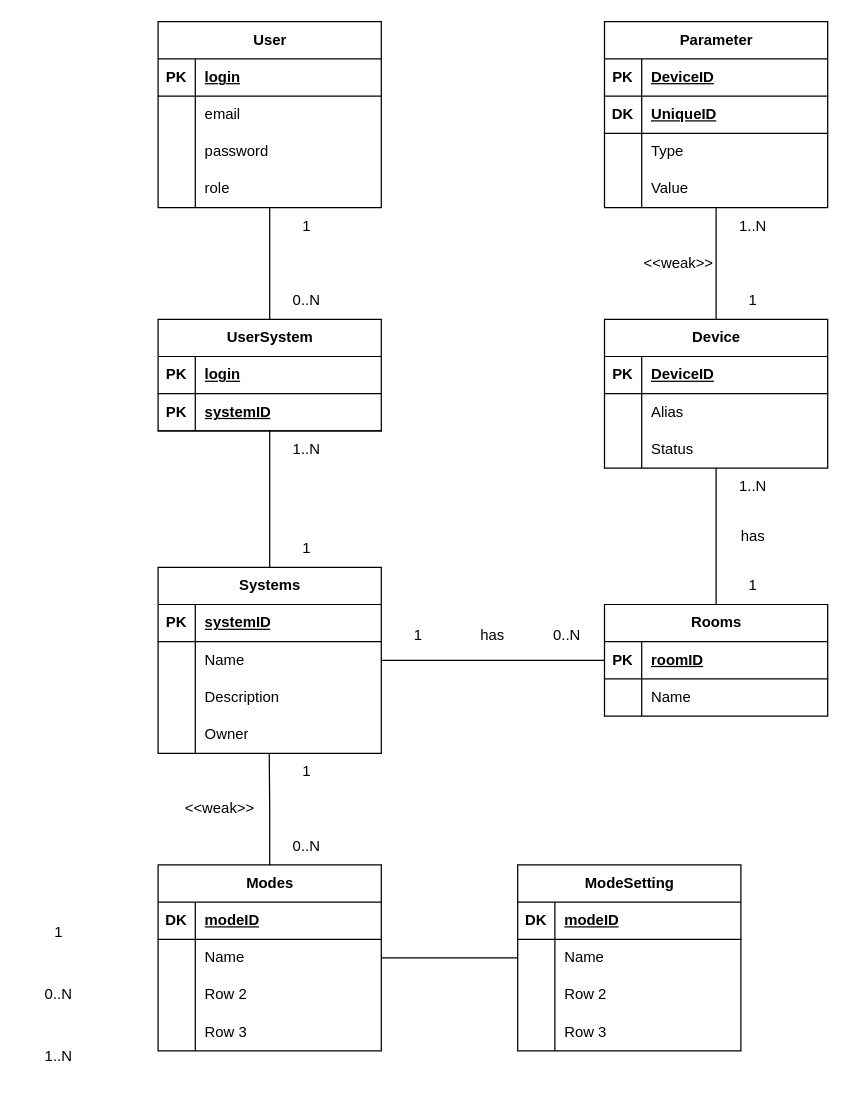
This is doc/iotdb.drawio from andrewp-dot/IoT-Manager, a draw.io file, before an edit. Source tidied: cells renumbered, new cells numbered last; positions are measured from the earlier drawing's top-left corner, leaving out a move shared by most shapes. Both pictures are drawn from the tidied source at 124%, with x=0, y=0 at pixel (21, 21).
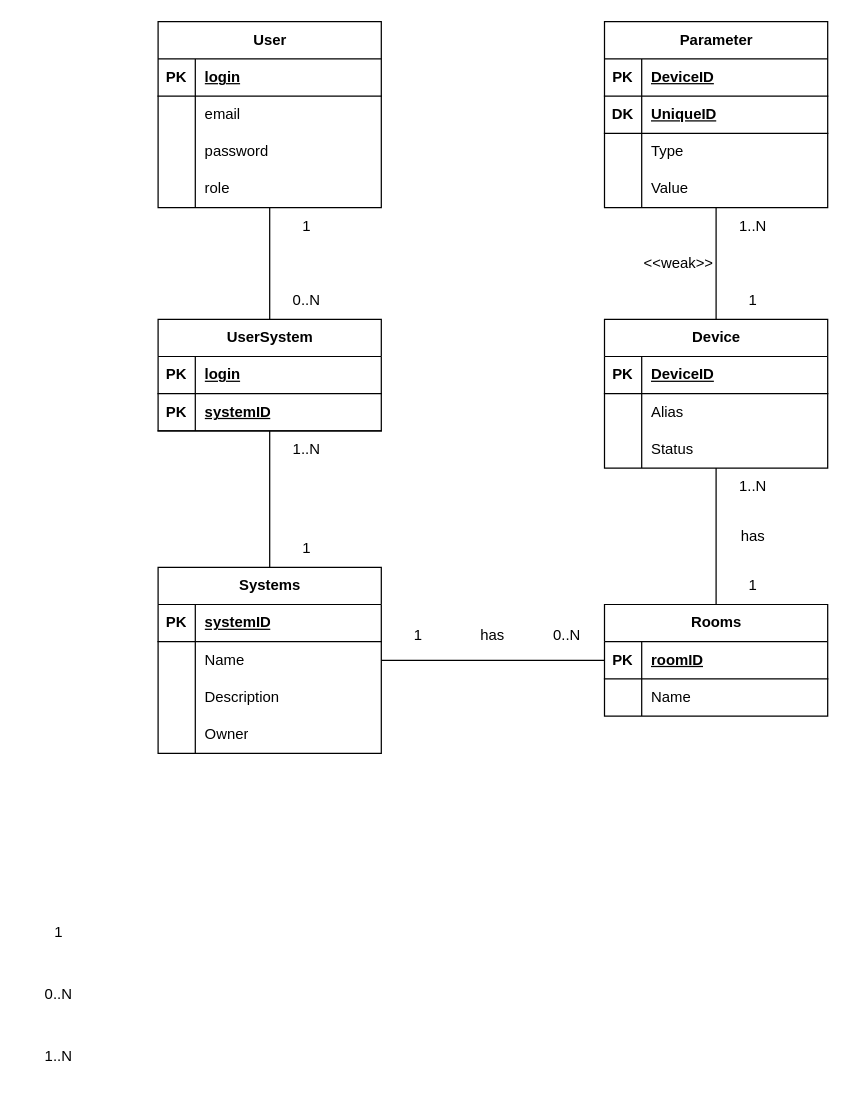
The same diagram, later.

The change refers to these unchanged cells:
```xml
<mxCell id="25" style="shape=tableRow;horizontal=0;startSize=0;swimlaneHead=0;swimlaneBody=0;fillColor=none;points=[[0,0.5],[1,0.5]];portConstraint=eastwest;top=0;left=0;right=0;bottom=0;" parent="15" vertex="1">
  <mxGeometry y="120" width="180" height="30" as="geometry" />
</mxCell>
```

Change to the diagram source:
```diff
@@
-    <mxCell id="82" style="edgeStyle=orthogonalEdgeStyle;rounded=0;jettySize=auto;html=1;entryX=0.498;entryY=1.012;entryDx=0;entryDy=0;entryPerimeter=0;endArrow=none;endFill=0;" parent="1" edge="1" source="83" target="25">
-      <mxGeometry relative="1" as="geometry" />
-    </mxCell>
-    <mxCell id="83" value="Modes" style="shape=table;startSize=30;childLayout=tableLayout;rowLines=0;fontStyle=1;align=center;html=1;" parent="1" vertex="1">
-      <mxGeometry x="110" y="680" width="180" height="150" as="geometry" />
-    </mxCell>
-    <mxCell id="84" style="shape=tableRow;horizontal=0;startSize=0;swimlaneHead=0;swimlaneBody=0;fillColor=none;top=0;left=0;right=0;bottom=1;" parent="83" vertex="1">
-      <mxGeometry y="30" width="180" height="30" as="geometry" />
-    </mxCell>
-    <mxCell id="85" value="DK" style="shape=partialRectangle;fillColor=none;top=0;left=0;bottom=0;right=0;fontStyle=1;overflow=hidden;whiteSpace=wrap;html=1;" parent="84" vertex="1">
-      <mxGeometry width="30" height="30" as="geometry" />
-    </mxCell>
-    <mxCell id="86" value="modeID" style="shape=partialRectangle;fillColor=none;top=0;left=0;bottom=0;right=0;align=left;spacingLeft=6;fontStyle=5;overflow=hidden;whiteSpace=wrap;html=1;" parent="84" vertex="1">
-      <mxGeometry x="30" width="150" height="30" as="geometry" />
-    </mxCell>
-    <mxCell id="87" style="shape=tableRow;horizontal=0;startSize=0;swimlaneHead=0;swimlaneBody=0;fillColor=none;points=[[0,0.5],[1,0.5]];portConstraint=eastwest;top=0;left=0;right=0;bottom=0;" parent="83" vertex="1">
-      <mxGeometry y="60" width="180" height="30" as="geometry" />
-    </mxCell>
-    <mxCell id="88" style="shape=partialRectangle;fillColor=none;top=0;left=0;bottom=0;right=0;overflow=hidden;whiteSpace=wrap;html=1;" parent="87" vertex="1">
-      <mxGeometry width="30" height="30" as="geometry" />
-    </mxCell>
-    <mxCell id="89" value="Name" style="shape=partialRectangle;fillColor=none;top=0;left=0;bottom=0;right=0;align=left;spacingLeft=6;overflow=hidden;whiteSpace=wrap;html=1;" parent="87" vertex="1">
-      <mxGeometry x="30" width="150" height="30" as="geometry" />
-    </mxCell>
-    <mxCell id="90" style="shape=tableRow;horizontal=0;startSize=0;swimlaneHead=0;swimlaneBody=0;fillColor=none;top=0;left=0;right=0;bottom=0;" parent="83" vertex="1">
-      <mxGeometry y="90" width="180" height="30" as="geometry" />
-    </mxCell>
-    <mxCell id="91" style="shape=partialRectangle;fillColor=none;top=0;left=0;bottom=0;right=0;overflow=hidden;whiteSpace=wrap;html=1;" parent="90" vertex="1">
-      <mxGeometry width="30" height="30" as="geometry" />
-    </mxCell>
-    <mxCell id="92" value="Row 2" style="shape=partialRectangle;fillColor=none;top=0;left=0;bottom=0;right=0;align=left;spacingLeft=6;overflow=hidden;whiteSpace=wrap;html=1;" parent="90" vertex="1">
-      <mxGeometry x="30" width="150" height="30" as="geometry" />
-    </mxCell>
-    <mxCell id="93" style="shape=tableRow;horizontal=0;startSize=0;swimlaneHead=0;swimlaneBody=0;fillColor=none;top=0;left=0;right=0;bottom=0;" parent="83" vertex="1">
-      <mxGeometry y="120" width="180" height="30" as="geometry" />
-    </mxCell>
-    <mxCell id="94" style="shape=partialRectangle;fillColor=none;top=0;left=0;bottom=0;right=0;overflow=hidden;whiteSpace=wrap;html=1;" parent="93" vertex="1">
-      <mxGeometry width="30" height="30" as="geometry" />
-    </mxCell>
-    <mxCell id="95" value="Row 3" style="shape=partialRectangle;fillColor=none;top=0;left=0;bottom=0;right=0;align=left;spacingLeft=6;overflow=hidden;whiteSpace=wrap;html=1;" parent="93" vertex="1">
-      <mxGeometry x="30" width="150" height="30" as="geometry" />
-    </mxCell>
-    <mxCell id="96" value="1" style="text;html=1;strokeColor=none;fillColor=none;align=center;verticalAlign=middle;whiteSpace=wrap;rounded=0;" parent="1" vertex="1">
-      <mxGeometry x="200" y="590" width="60" height="30" as="geometry" />
-    </mxCell>
-    <mxCell id="97" value="0..N" style="text;html=1;strokeColor=none;fillColor=none;align=center;verticalAlign=middle;whiteSpace=wrap;rounded=0;" parent="1" vertex="1">
-      <mxGeometry x="200" y="650" width="60" height="30" as="geometry" />
-    </mxCell>
-    <mxCell id="98" value="&amp;lt;&amp;lt;weak&amp;gt;&amp;gt;" style="text;html=1;strokeColor=none;fillColor=none;align=center;verticalAlign=middle;whiteSpace=wrap;rounded=0;" parent="1" vertex="1">
-      <mxGeometry x="130" y="620" width="60" height="30" as="geometry" />
-    </mxCell>
@@
-    <mxCell id="101" value="ModeSetting" style="shape=table;startSize=30;childLayout=tableLayout;rowLines=0;fontStyle=1;align=center;html=1;" parent="1" vertex="1">
-      <mxGeometry x="400" y="680" width="180" height="150" as="geometry" />
-    </mxCell>
-    <mxCell id="102" style="shape=tableRow;horizontal=0;startSize=0;swimlaneHead=0;swimlaneBody=0;fillColor=none;top=0;left=0;right=0;bottom=1;" parent="101" vertex="1">
-      <mxGeometry y="30" width="180" height="30" as="geometry" />
-    </mxCell>
-    <mxCell id="103" value="DK" style="shape=partialRectangle;fillColor=none;top=0;left=0;bottom=0;right=0;fontStyle=1;overflow=hidden;whiteSpace=wrap;html=1;" parent="102" vertex="1">
-      <mxGeometry width="30" height="30" as="geometry" />
-    </mxCell>
-    <mxCell id="104" value="modeID" style="shape=partialRectangle;fillColor=none;top=0;left=0;bottom=0;right=0;align=left;spacingLeft=6;fontStyle=5;overflow=hidden;whiteSpace=wrap;html=1;" parent="102" vertex="1">
-      <mxGeometry x="30" width="150" height="30" as="geometry" />
-    </mxCell>
-    <mxCell id="105" style="shape=tableRow;horizontal=0;startSize=0;swimlaneHead=0;swimlaneBody=0;fillColor=none;points=[[0,0.5],[1,0.5]];portConstraint=eastwest;top=0;left=0;right=0;bottom=0;" parent="101" vertex="1">
-      <mxGeometry y="60" width="180" height="30" as="geometry" />
-    </mxCell>
-    <mxCell id="106" style="shape=partialRectangle;fillColor=none;top=0;left=0;bottom=0;right=0;overflow=hidden;whiteSpace=wrap;html=1;" parent="105" vertex="1">
-      <mxGeometry width="30" height="30" as="geometry" />
-    </mxCell>
-    <mxCell id="107" value="Name" style="shape=partialRectangle;fillColor=none;top=0;left=0;bottom=0;right=0;align=left;spacingLeft=6;overflow=hidden;whiteSpace=wrap;html=1;" parent="105" vertex="1">
-      <mxGeometry x="30" width="150" height="30" as="geometry" />
-    </mxCell>
-    <mxCell id="108" style="shape=tableRow;horizontal=0;startSize=0;swimlaneHead=0;swimlaneBody=0;fillColor=none;top=0;left=0;right=0;bottom=0;" parent="101" vertex="1">
-      <mxGeometry y="90" width="180" height="30" as="geometry" />
-    </mxCell>
-    <mxCell id="109" style="shape=partialRectangle;fillColor=none;top=0;left=0;bottom=0;right=0;overflow=hidden;whiteSpace=wrap;html=1;" parent="108" vertex="1">
-      <mxGeometry width="30" height="30" as="geometry" />
-    </mxCell>
-    <mxCell id="110" value="Row 2" style="shape=partialRectangle;fillColor=none;top=0;left=0;bottom=0;right=0;align=left;spacingLeft=6;overflow=hidden;whiteSpace=wrap;html=1;" parent="108" vertex="1">
-      <mxGeometry x="30" width="150" height="30" as="geometry" />
-    </mxCell>
-    <mxCell id="111" style="shape=tableRow;horizontal=0;startSize=0;swimlaneHead=0;swimlaneBody=0;fillColor=none;top=0;left=0;right=0;bottom=0;" parent="101" vertex="1">
-      <mxGeometry y="120" width="180" height="30" as="geometry" />
-    </mxCell>
-    <mxCell id="112" style="shape=partialRectangle;fillColor=none;top=0;left=0;bottom=0;right=0;overflow=hidden;whiteSpace=wrap;html=1;" parent="111" vertex="1">
-      <mxGeometry width="30" height="30" as="geometry" />
-    </mxCell>
-    <mxCell id="113" value="Row 3" style="shape=partialRectangle;fillColor=none;top=0;left=0;bottom=0;right=0;align=left;spacingLeft=6;overflow=hidden;whiteSpace=wrap;html=1;" parent="111" vertex="1">
-      <mxGeometry x="30" width="150" height="30" as="geometry" />
-    </mxCell>
-    <mxCell id="114" style="edgeStyle=orthogonalEdgeStyle;rounded=0;jettySize=auto;html=1;entryX=0;entryY=0.5;entryDx=0;entryDy=0;endArrow=none;endFill=0;" parent="1" edge="1" source="87" target="105">
-      <mxGeometry relative="1" as="geometry" />
-    </mxCell>
```
